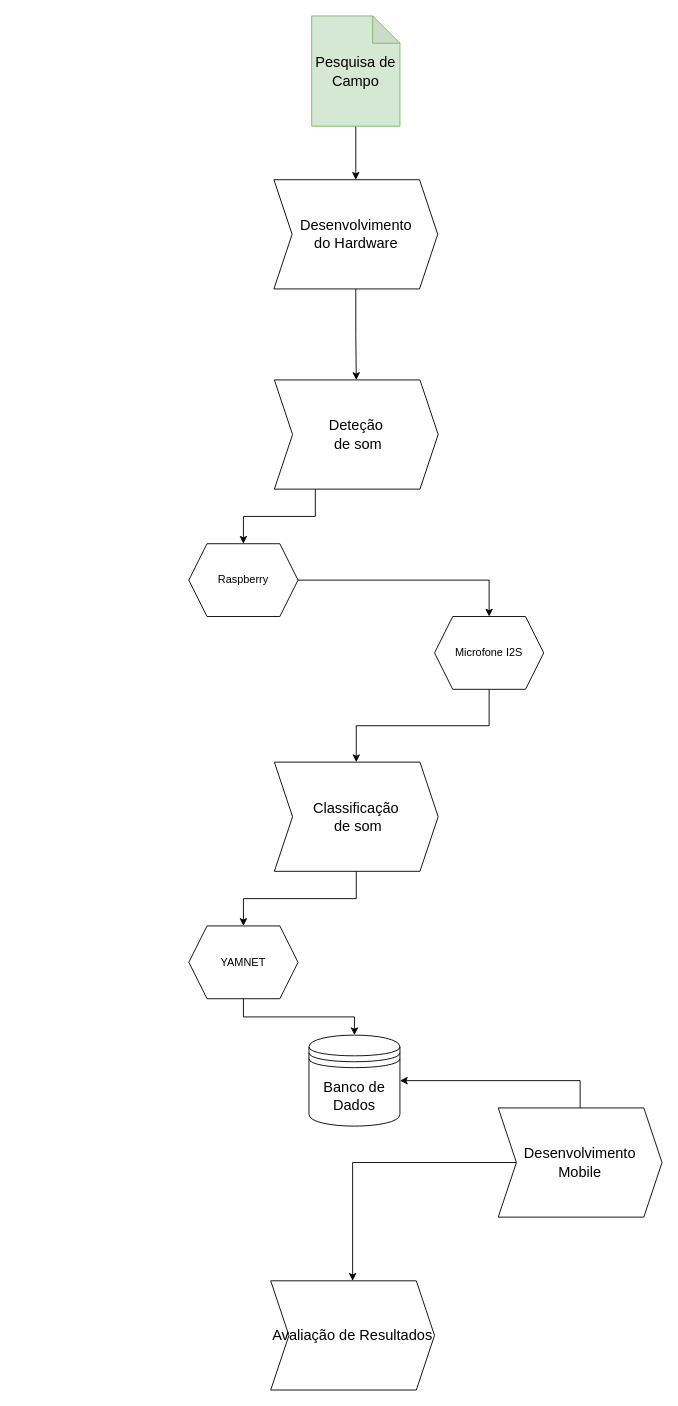
The draw.io diagram Metodologia.drawio in Guilo-s-Community/Guilo-World, before the edit. Source tidied: cells renumbered, new cells numbered last; positions are measured from the earlier drawing's top-left corner, leaving out a move shared by most shapes. Both pictures are drawn from the tidied source at 91%, with x=0, y=0 at pixel (188, 15).
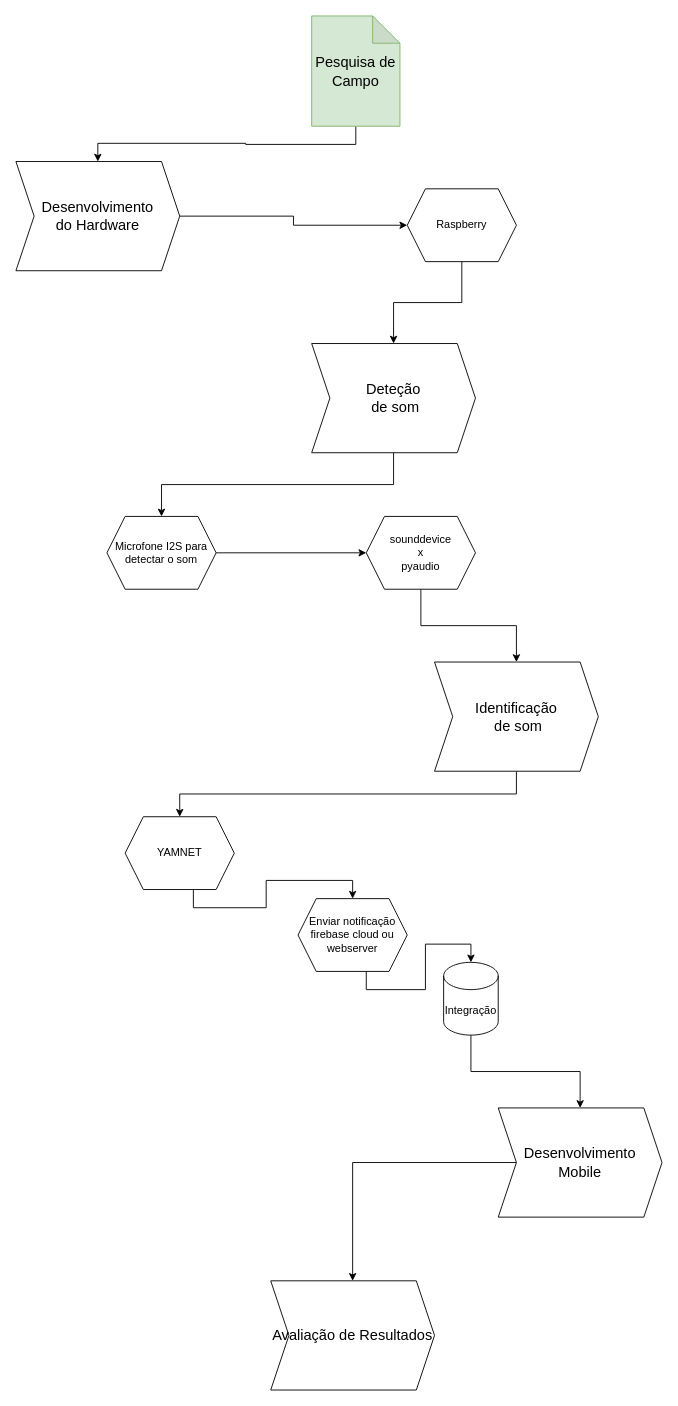
Above is the later version.

Unchanged cells that the change refers to:
```xml
<mxCell id="13" value="&lt;span style=&quot;font-size: 16px;&quot;&gt;Desenvolvimento&lt;/span&gt;&lt;div&gt;&lt;span style=&quot;font-size: 16px;&quot;&gt;Mobile&lt;/span&gt;&lt;/div&gt;" style="shape=step;perimeter=stepPerimeter;whiteSpace=wrap;html=1;fixedSize=1;" parent="1" vertex="1">
  <mxGeometry x="340" y="1200" width="180" height="120" as="geometry" />
</mxCell>
```

Diff of the diagram source:
```diff
@@
-    <mxCell id="4" style="edgeStyle=orthogonalEdgeStyle;rounded=0;jettySize=auto;html=1;exitX=0.5;exitY=1;exitDx=0;exitDy=0;entryX=0.5;entryY=0;entryDx=0;entryDy=0;" parent="1" edge="1" source="5" target="7">
-      <mxGeometry relative="1" as="geometry" />
-    </mxCell>
+    <mxCell id="21" style="edgeStyle=orthogonalEdgeStyle;rounded=0;jettySize=auto;html=1;exitX=1;exitY=0.5;exitDx=0;exitDy=0;entryX=0;entryY=0.5;entryDx=0;entryDy=0;" parent="1" edge="1" source="5" target="18">
+      <mxGeometry relative="1" as="geometry" />
+    </mxCell>
     <mxCell id="5" value="&lt;font style=&quot;font-size: 16px;&quot;&gt;Desenvolvimento&lt;/font&gt;&lt;div&gt;&lt;font style=&quot;font-size: 16px;&quot;&gt;do Hardware&lt;/font&gt;&lt;/div&gt;" style="shape=step;perimeter=stepPerimeter;whiteSpace=wrap;html=1;fixedSize=1;" parent="1" vertex="1">
-      <mxGeometry x="93.5" y="180" width="180" height="120" as="geometry" />
+      <mxGeometry x="-190" y="160" width="180" height="120" as="geometry" />
     </mxCell>
-    <mxCell id="6" style="edgeStyle=orthogonalEdgeStyle;rounded=0;jettySize=auto;html=1;exitX=0.25;exitY=1;exitDx=0;exitDy=0;entryX=0.5;entryY=0;entryDx=0;entryDy=0;" parent="1" edge="1" source="7" target="18">
-      <mxGeometry relative="1" as="geometry" />
-    </mxCell>
+    <mxCell id="22" style="edgeStyle=orthogonalEdgeStyle;rounded=0;jettySize=auto;html=1;exitX=0.5;exitY=1;exitDx=0;exitDy=0;entryX=0.5;entryY=0;entryDx=0;entryDy=0;" parent="1" edge="1" source="7" target="16">
+      <mxGeometry relative="1" as="geometry" />
+    </mxCell>
     <mxCell id="7" value="&lt;span style=&quot;font-size: 16px;&quot;&gt;Deteção&lt;/span&gt;&lt;div&gt;&lt;span style=&quot;font-size: 16px;&quot;&gt;&amp;nbsp;de som&lt;/span&gt;&lt;/div&gt;" style="shape=step;perimeter=stepPerimeter;whiteSpace=wrap;html=1;fixedSize=1;" parent="1" vertex="1">
-      <mxGeometry x="94" y="400" width="180" height="120" as="geometry" />
+      <mxGeometry x="135" y="360" width="180" height="120" as="geometry" />
     </mxCell>
@@
-    <mxCell id="9" value="&lt;span style=&quot;font-size: 16px;&quot;&gt;Classificação&lt;/span&gt;&lt;div&gt;&lt;span style=&quot;font-size: 16px;&quot;&gt;&amp;nbsp;de som&lt;/span&gt;&lt;/div&gt;" style="shape=step;perimeter=stepPerimeter;whiteSpace=wrap;html=1;fixedSize=1;" parent="1" vertex="1">
-      <mxGeometry x="94" y="820" width="180" height="120" as="geometry" />
+    <mxCell id="9" value="&lt;span style=&quot;font-size: 16px;&quot;&gt;Identificação&lt;/span&gt;&lt;div&gt;&lt;div&gt;&lt;span style=&quot;font-size: 16px;&quot;&gt;&amp;nbsp;de som&lt;/span&gt;&lt;/div&gt;&lt;/div&gt;" style="shape=step;perimeter=stepPerimeter;whiteSpace=wrap;html=1;fixedSize=1;" parent="1" vertex="1">
+      <mxGeometry x="270" y="710" width="180" height="120" as="geometry" />
     </mxCell>
-    <mxCell id="10" value="&lt;font style=&quot;font-size: 16px;&quot;&gt;Banco de Dados&lt;/font&gt;" style="shape=datastore;whiteSpace=wrap;html=1;" parent="1" vertex="1">
-      <mxGeometry x="132" y="1120" width="100" height="100" as="geometry" />
-    </mxCell>
-    <mxCell id="11" style="edgeStyle=orthogonalEdgeStyle;rounded=0;jettySize=auto;html=1;exitX=0.5;exitY=0;exitDx=0;exitDy=0;entryX=1;entryY=0.5;entryDx=0;entryDy=0;" parent="1" edge="1" source="13" target="10">
-      <mxGeometry relative="1" as="geometry" />
-    </mxCell>
@@
-    <mxCell id="15" style="edgeStyle=orthogonalEdgeStyle;rounded=0;jettySize=auto;html=1;exitX=0.5;exitY=1;exitDx=0;exitDy=0;entryX=0.5;entryY=0;entryDx=0;entryDy=0;" parent="1" edge="1" source="16" target="9">
-      <mxGeometry relative="1" as="geometry" />
-    </mxCell>
+    <mxCell id="23" style="edgeStyle=orthogonalEdgeStyle;rounded=0;jettySize=auto;html=1;exitX=1;exitY=0.5;exitDx=0;exitDy=0;entryX=0;entryY=0.5;entryDx=0;entryDy=0;" parent="1" edge="1" source="16" target="27">
+      <mxGeometry relative="1" as="geometry" />
+    </mxCell>
-    <mxCell id="16" value="Microfone I2S" style="shape=hexagon;perimeter=hexagonPerimeter2;whiteSpace=wrap;html=1;fixedSize=1;" parent="1" vertex="1">
-      <mxGeometry x="270" y="660" width="120" height="80" as="geometry" />
+    <mxCell id="16" value="Microfone I2S para detectar o som" style="shape=hexagon;perimeter=hexagonPerimeter2;whiteSpace=wrap;html=1;fixedSize=1;" parent="1" vertex="1">
+      <mxGeometry x="-90" y="550" width="120" height="80" as="geometry" />
     </mxCell>
-    <mxCell id="17" style="edgeStyle=orthogonalEdgeStyle;rounded=0;jettySize=auto;html=1;entryX=0.5;entryY=0;entryDx=0;entryDy=0;" parent="1" edge="1" source="18" target="16">
-      <mxGeometry relative="1" as="geometry" />
-    </mxCell>
+    <mxCell id="24" style="edgeStyle=orthogonalEdgeStyle;rounded=0;jettySize=auto;html=1;exitX=0.625;exitY=1;exitDx=0;exitDy=0;" parent="1" edge="1" source="20" target="28">
+      <mxGeometry relative="1" as="geometry" />
+    </mxCell>
+    <mxCell id="20" value="YAMNET" style="shape=hexagon;perimeter=hexagonPerimeter2;whiteSpace=wrap;html=1;fixedSize=1;" parent="1" vertex="1">
+      <mxGeometry x="-70" y="880" width="120" height="80" as="geometry" />
+    </mxCell>
+    <mxCell id="25" style="edgeStyle=orthogonalEdgeStyle;rounded=0;jettySize=auto;html=1;exitX=0.5;exitY=1;exitDx=0;exitDy=0;entryX=0.5;entryY=0;entryDx=0;entryDy=0;" parent="1" edge="1" source="18" target="7">
+      <mxGeometry relative="1" as="geometry" />
+    </mxCell>
     <mxCell id="18" value="Raspberry" style="shape=hexagon;perimeter=hexagonPerimeter2;whiteSpace=wrap;html=1;fixedSize=1;" parent="1" vertex="1">
-      <mxGeometry y="580" width="120" height="80" as="geometry" />
+      <mxGeometry x="240" y="190" width="120" height="80" as="geometry" />
     </mxCell>
-    <mxCell id="19" style="edgeStyle=orthogonalEdgeStyle;rounded=0;jettySize=auto;html=1;exitX=0.5;exitY=1;exitDx=0;exitDy=0;entryX=0.5;entryY=0;entryDx=0;entryDy=0;" parent="1" edge="1" source="20" target="10">
-      <mxGeometry relative="1" as="geometry" />
-    </mxCell>
-    <mxCell id="20" value="YAMNET" style="shape=hexagon;perimeter=hexagonPerimeter2;whiteSpace=wrap;html=1;fixedSize=1;" parent="1" vertex="1">
-      <mxGeometry y="1000" width="120" height="80" as="geometry" />
-    </mxCell>
+    <mxCell id="26" style="edgeStyle=orthogonalEdgeStyle;rounded=0;jettySize=auto;html=1;exitX=0.5;exitY=1;exitDx=0;exitDy=0;entryX=0.5;entryY=0;entryDx=0;entryDy=0;" parent="1" edge="1" source="27" target="9">
+      <mxGeometry relative="1" as="geometry" />
+    </mxCell>
+    <mxCell id="27" value="sounddevice&lt;div&gt;x&lt;br&gt;&lt;div&gt;pyaudio&lt;/div&gt;&lt;/div&gt;" style="shape=hexagon;perimeter=hexagonPerimeter2;whiteSpace=wrap;html=1;fixedSize=1;" parent="1" vertex="1">
+      <mxGeometry x="195" y="550" width="120" height="80" as="geometry" />
+    </mxCell>
+    <mxCell id="28" value="Enviar notificação&lt;div&gt;firebase cloud ou webserver&lt;/div&gt;" style="shape=hexagon;perimeter=hexagonPerimeter2;whiteSpace=wrap;html=1;fixedSize=1;" parent="1" vertex="1">
+      <mxGeometry x="120" y="970" width="120" height="80" as="geometry" />
+    </mxCell>
+    <mxCell id="29" style="edgeStyle=orthogonalEdgeStyle;rounded=0;jettySize=auto;html=1;exitX=0.5;exitY=1;exitDx=0;exitDy=0;exitPerimeter=0;entryX=0.5;entryY=0;entryDx=0;entryDy=0;" parent="1" edge="1" source="30" target="13">
+      <mxGeometry relative="1" as="geometry" />
+    </mxCell>
+    <mxCell id="30" value="Integração" style="shape=cylinder3;whiteSpace=wrap;html=1;boundedLbl=1;backgroundOutline=1;size=15;" parent="1" vertex="1">
+      <mxGeometry x="280" y="1040" width="60" height="80" as="geometry" />
+    </mxCell>
+    <mxCell id="31" style="edgeStyle=orthogonalEdgeStyle;rounded=0;jettySize=auto;html=1;exitX=0.625;exitY=1;exitDx=0;exitDy=0;entryX=0.5;entryY=0;entryDx=0;entryDy=0;entryPerimeter=0;" parent="1" edge="1" source="28" target="30">
+      <mxGeometry relative="1" as="geometry" />
+    </mxCell>
```
